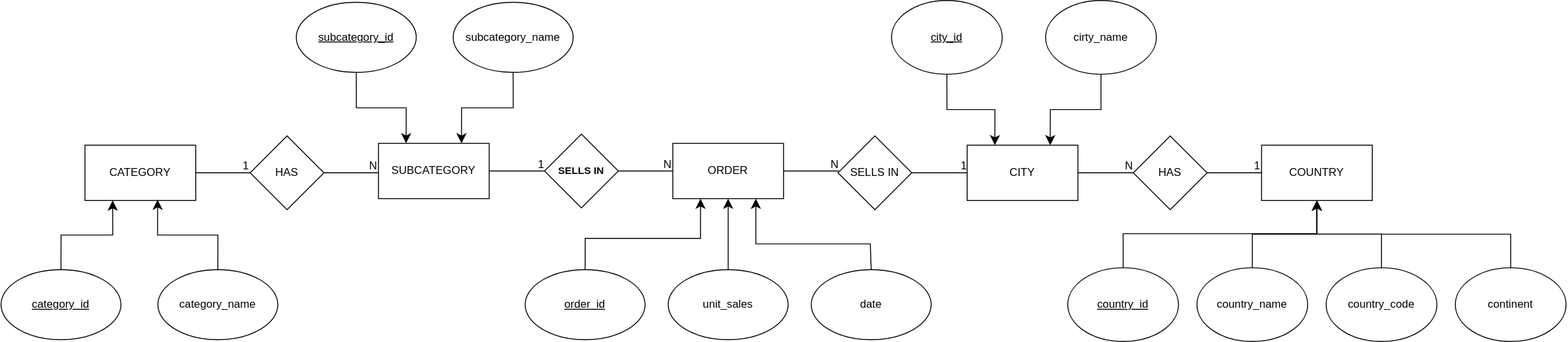
Above: Ej. - Any Company Global/docs/diagrama.drawio.svg in iulian640/sql-exercises (draw.io), before the change. Source tidied: cells renumbered, new cells last; positions are measured from the earlier drawing's top-left corner, leaving out a move shared by most shapes.
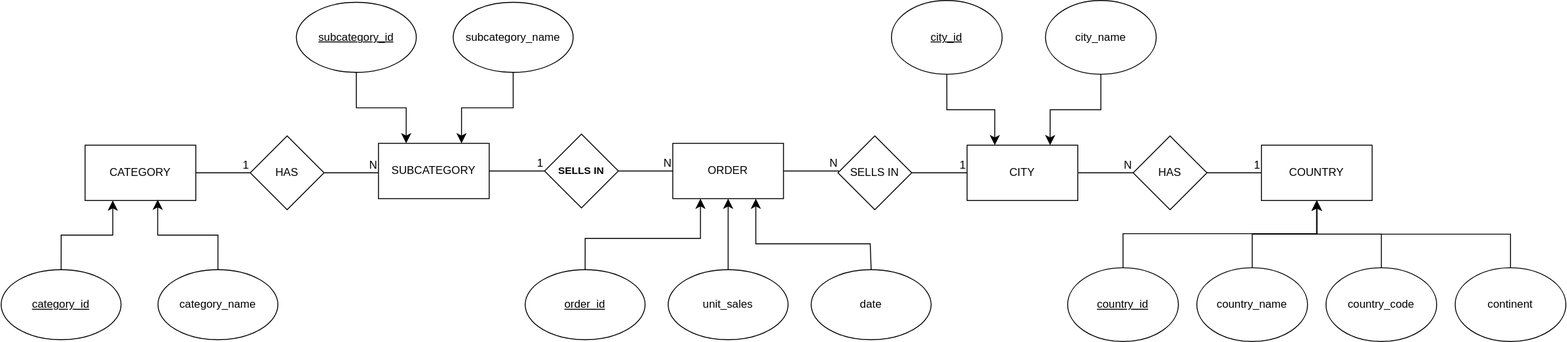
The same diagram one commit later.

Commit message:
fix: corrige errata city_name en el diagrama de Chen

Diff of the diagram source:
```diff
@@ -141,7 +141,7 @@
     <mxCell id="43" style="edgeStyle=orthogonalEdgeStyle;rounded=0;jettySize=auto;html=1;fontSize=12;startSize=8;endSize=8;entryX=0.75;entryY=0;entryDx=0;entryDy=0;" parent="1" edge="1" source="44" target="7">
       <mxGeometry relative="1" as="geometry" />
     </mxCell>
-    <mxCell id="44" value="cirty_name" style="ellipse;whiteSpace=wrap;html=1;" parent="1" vertex="1">
+    <mxCell id="44" value="city_name" style="ellipse;whiteSpace=wrap;html=1;" parent="1" vertex="1">
       <mxGeometry x="1132" width="120" height="80" as="geometry" />
     </mxCell>
     <mxCell id="45" style="edgeStyle=orthogonalEdgeStyle;rounded=0;jettySize=auto;html=1;fontSize=12;startSize=8;endSize=8;entryX=0.5;entryY=1;entryDx=0;entryDy=0;" parent="1" edge="1" source="46" target="8">
```
